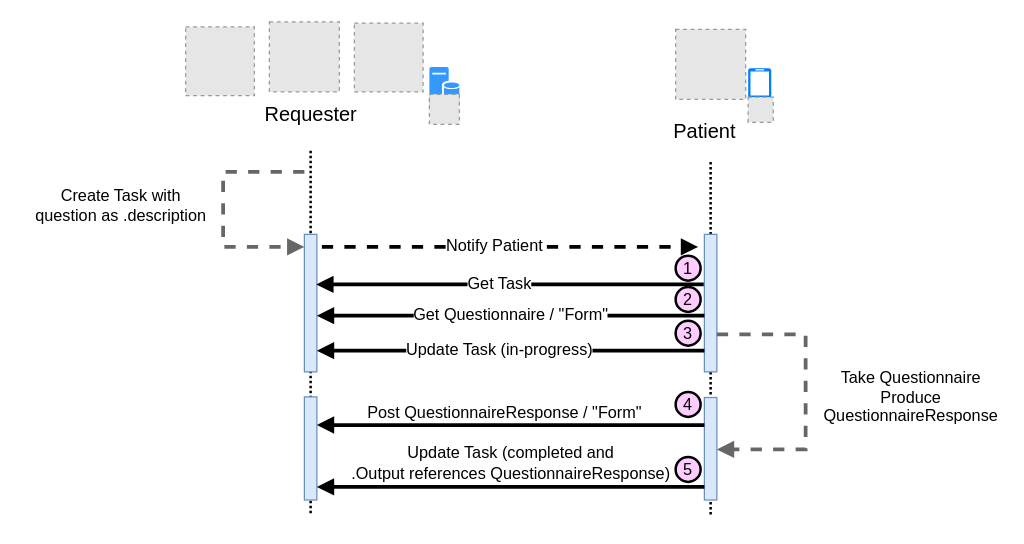
Earlier version of the draw.io diagram Images Source/PatientQuestionnaire.drawio (HL7/fhir-sdoh-clinicalcare). Source tidied: cells renumbered, new cells numbered last; positions are measured from the earlier drawing's top-left corner, leaving out a move shared by most shapes. Both pictures are drawn from the tidied source at 125%, with x=0, y=0 at pixel (22, 21). Pictures stored in the file or linked from it are replaced by grey dashed boxes.
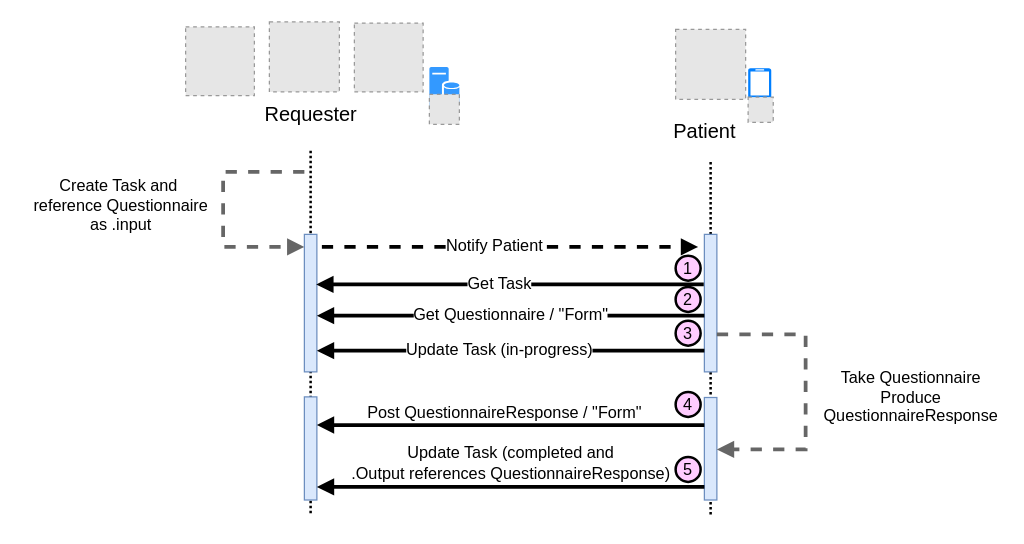
After the change.

What changed in the source:
```diff
@@
-    <mxCell id="18" value="&lt;span style=&quot;font-size: 13px; text-align: left; background-color: rgb(255, 255, 255);&quot;&gt;Create Task with&lt;br style=&quot;font-size: 13px;&quot;&gt;&lt;/span&gt;&lt;span style=&quot;font-size: 13px; text-align: left; background-color: rgb(255, 255, 255);&quot;&gt;question as .description&lt;br&gt;&lt;/span&gt;" style="text;html=1;align=center;verticalAlign=middle;strokeColor=none;fillColor=none;fontSize=13;" parent="1" vertex="1">
-      <mxGeometry y="125" width="155" height="43" as="geometry" />
+    <mxCell id="18" value="&lt;span style=&quot;font-size: 13px; text-align: left; background-color: rgb(255, 255, 255);&quot;&gt;Create Task and&amp;nbsp;&lt;br&gt;reference Questionnaire&lt;br&gt;as .input&lt;/span&gt;&lt;span style=&quot;font-size: 13px; text-align: left; background-color: rgb(255, 255, 255);&quot;&gt;&lt;br&gt;&lt;/span&gt;" style="text;html=1;align=center;verticalAlign=middle;strokeColor=none;fillColor=none;fontSize=13;" parent="1" vertex="1">
+      <mxGeometry x="-1" y="117" width="157" height="59" as="geometry" />
     </mxCell>
```
